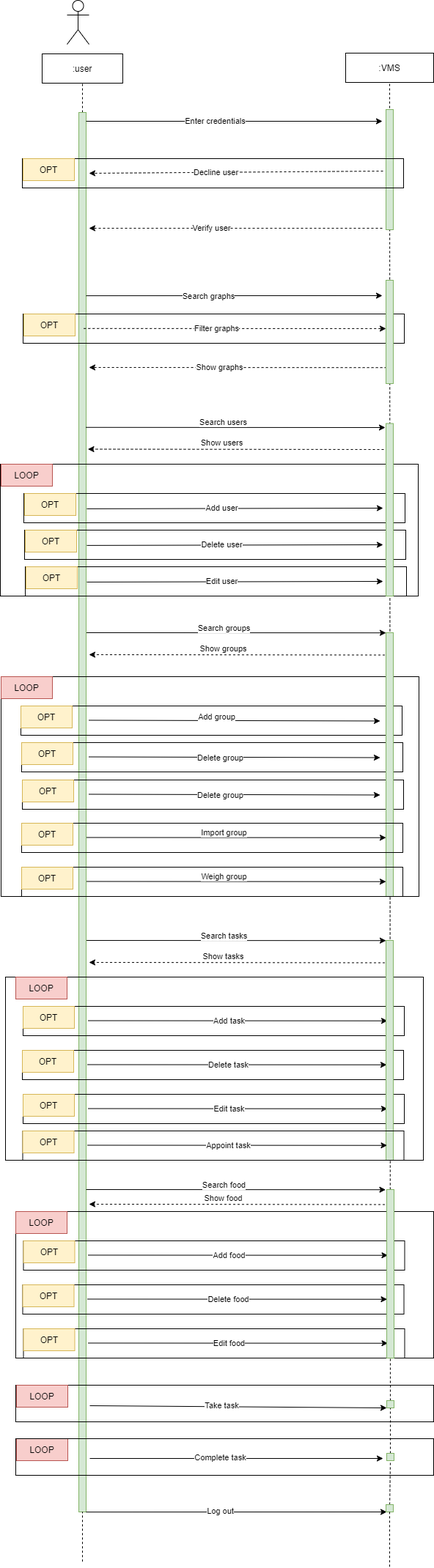
The draw.io diagram projectVMS/Systeem_sequentie_diagram.png in fabioPuissant/SoftEngProject2021-Groep10, before a commit. Source tidied: cells renumbered, new cells last; positions are measured from the earlier drawing's top-left corner, leaving out a move shared by most shapes.
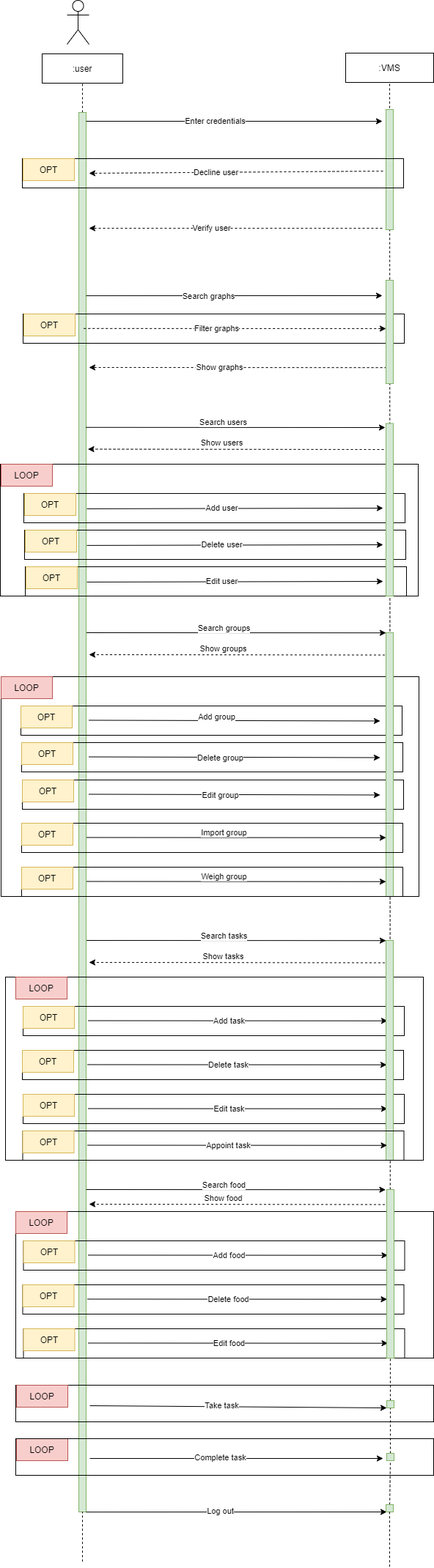
The same diagram one commit later.

What changed in the source:
```diff
@@ -217,7 +217,7 @@
         <mxPoint x="518" y="1084.5" as="targetPoint" />
       </mxGeometry>
     </mxCell>
-    <mxCell id="51" value="Delete group" style="edgeLabel;html=1;align=center;verticalAlign=middle;" parent="50" vertex="1">
+    <mxCell id="51" value="Edit group" style="edgeLabel;html=1;align=center;verticalAlign=middle;" parent="50" vertex="1">
       <mxGeometry x="-0.15" y="-1" relative="1" as="geometry">
         <mxPoint x="11" as="offset" />
       </mxGeometry>
```
